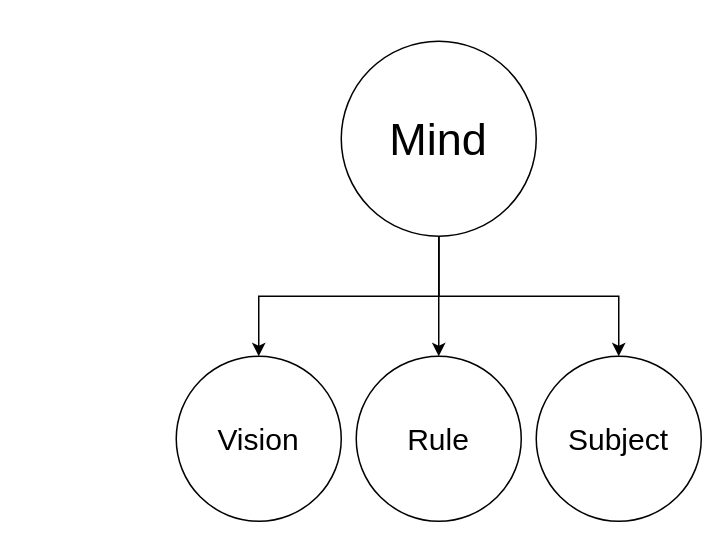
The draw.io diagram page "Mind" (2 of 5) of design/file.drawio in kashanimorteza/economy_document, before the edit. Source tidied: cells renumbered, new cells numbered last; positions are measured from the earlier drawing's top-left corner, leaving out a move shared by most shapes. Both pictures are drawn from the tidied source at 150%, with x=0, y=0 at pixel (176, 40).
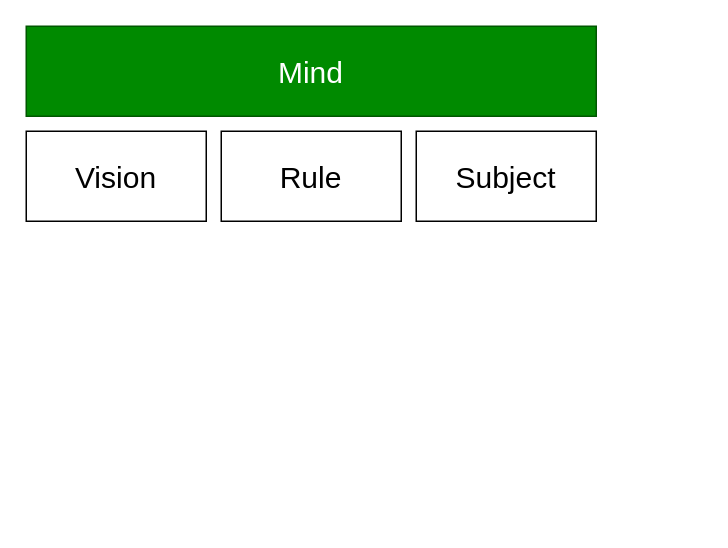
After the change.

Diff of the diagram source:
```diff
@@
 <mxGraphModel>
   <root>
     <mxCell id="0" />
     <mxCell id="1" parent="0" />
+    <mxCell id="5" value="Rule" style="whiteSpace=wrap;html=1;fontSize=20;" parent="1" vertex="1">
+      <mxGeometry x="30" y="60" width="120" height="60" as="geometry" />
+    </mxCell>
+    <mxCell id="3" value="Subject" style="whiteSpace=wrap;html=1;fontSize=20;" parent="1" vertex="1">
+      <mxGeometry x="160" y="60" width="120" height="60" as="geometry" />
+    </mxCell>
+    <mxCell id="7" value="Vision" style="whiteSpace=wrap;html=1;fontSize=20;" parent="1" vertex="1">
+      <mxGeometry x="-100" y="60" width="120" height="60" as="geometry" />
+    </mxCell>
-    <mxCell id="2" value="&lt;font style=&quot;font-size: 30px;&quot;&gt;Mind&lt;/font&gt;" style="ellipse;whiteSpace=wrap;html=1;" parent="1" vertex="1">
-      <mxGeometry x="110" width="130" height="130" as="geometry" />
+    <mxCell id="2" value="Mind" style="whiteSpace=wrap;html=1;fontSize=20;fontColor=#ffffff;fillColor=#008a00;strokeColor=#005700;" parent="1" vertex="1">
+      <mxGeometry x="-100" y="-10" width="380" height="60" as="geometry" />
     </mxCell>
-    <mxCell id="3" value="Subject" style="ellipse;whiteSpace=wrap;html=1;fontSize=20;" parent="1" vertex="1">
-      <mxGeometry x="240" y="210" width="110" height="110" as="geometry" />
-    </mxCell>
-    <mxCell id="4" style="edgeStyle=orthogonalEdgeStyle;rounded=0;jettySize=auto;html=1;exitX=0.5;exitY=1;exitDx=0;exitDy=0;" parent="1" edge="1" source="2" target="3">
-      <mxGeometry relative="1" as="geometry" />
-    </mxCell>
-    <mxCell id="5" value="Rule" style="ellipse;whiteSpace=wrap;html=1;fontSize=20;" parent="1" vertex="1">
-      <mxGeometry x="120" y="210" width="110" height="110" as="geometry" />
-    </mxCell>
-    <mxCell id="6" style="rounded=0;jettySize=auto;html=1;exitX=0.5;exitY=1;exitDx=0;exitDy=0;edgeStyle=orthogonalEdgeStyle;" parent="1" edge="1" source="2" target="5">
-      <mxGeometry relative="1" as="geometry" />
-    </mxCell>
-    <mxCell id="7" value="Vision" style="ellipse;whiteSpace=wrap;html=1;fontSize=20;" parent="1" vertex="1">
-      <mxGeometry y="210" width="110" height="110" as="geometry" />
-    </mxCell>
-    <mxCell id="8" style="rounded=0;jettySize=auto;html=1;exitX=0.5;exitY=1;exitDx=0;exitDy=0;edgeStyle=orthogonalEdgeStyle;" parent="1" edge="1" source="2" target="7">
-      <mxGeometry relative="1" as="geometry" />
-    </mxCell>
   </root>
 </mxGraphModel>
```
